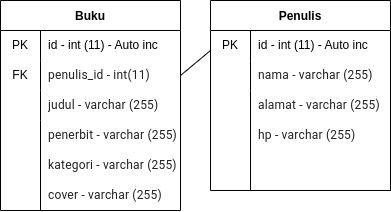
Above: scheme.drawio.png in pahrulirfan/web-dasar-rpl-23 (draw.io), before the change. Source tidied: cells renumbered, new cells last; positions are measured from the earlier drawing's top-left corner, leaving out a move shared by most shapes.
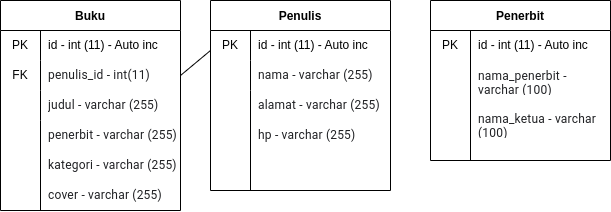
The same diagram one commit later.

What changed in the source:
```diff
@@ -103,5 +103,53 @@
         <mxPoint x="210" y="50" as="targetPoint" />
       </mxGeometry>
     </mxCell>
+    <mxCell id="33" value="Penerbit" style="shape=table;startSize=30;rowLines=0;fontStyle=1;" parent="1" vertex="1">
+      <mxGeometry x="430" width="180" height="160" as="geometry" />
+    </mxCell>
+    <mxCell id="34" style="shape=tableRow;horizontal=0;startSize=0;swimlaneHead=0;swimlaneBody=0;top=0;left=0;bottom=0;right=0;fillColor=none;" parent="33" vertex="1">
+      <mxGeometry y="30" width="180" height="30" as="geometry" />
+    </mxCell>
+    <mxCell id="35" style="shape=partialRectangle;html=1;whiteSpace=wrap;fillColor=none;top=0;left=0;bottom=0;right=0;overflow=hidden;" parent="34" vertex="1">
+      <mxGeometry width="40" height="30" as="geometry" />
+    </mxCell>
+    <mxCell id="36" style="shape=partialRectangle;html=1;whiteSpace=wrap;fillColor=none;top=0;left=0;bottom=0;right=0;align=left;spacingLeft=6;overflow=hidden;" parent="34" vertex="1">
+      <mxGeometry x="40" width="140" height="30" as="geometry" />
+    </mxCell>
+    <mxCell id="37" style="shape=tableRow;horizontal=0;startSize=0;swimlaneHead=0;swimlaneBody=0;top=0;left=0;bottom=0;right=0;fillColor=none;" parent="33" vertex="1">
+      <mxGeometry y="60" width="180" height="30" as="geometry" />
+    </mxCell>
+    <mxCell id="38" style="shape=partialRectangle;html=1;whiteSpace=wrap;fillColor=none;top=0;left=0;bottom=0;right=0;overflow=hidden;" parent="37" vertex="1">
+      <mxGeometry width="40" height="30" as="geometry" />
+    </mxCell>
+    <mxCell id="39" style="shape=partialRectangle;html=1;whiteSpace=wrap;fillColor=none;top=0;left=0;bottom=0;right=0;align=left;spacingLeft=6;overflow=hidden;" parent="37" vertex="1">
+      <mxGeometry x="40" width="140" height="30" as="geometry" />
+    </mxCell>
+    <mxCell id="40" style="shape=tableRow;horizontal=0;startSize=0;swimlaneHead=0;swimlaneBody=0;top=0;left=0;bottom=0;right=0;fillColor=none;" parent="33" vertex="1">
+      <mxGeometry y="90" width="180" height="70" as="geometry" />
+    </mxCell>
+    <mxCell id="41" style="shape=partialRectangle;html=1;whiteSpace=wrap;fillColor=none;top=0;left=0;bottom=0;right=0;overflow=hidden;" parent="40" vertex="1">
+      <mxGeometry width="40" height="70" as="geometry" />
+    </mxCell>
+    <mxCell id="42" style="shape=partialRectangle;html=1;whiteSpace=wrap;fillColor=none;top=0;left=0;bottom=0;right=0;align=left;spacingLeft=6;overflow=hidden;" parent="40" vertex="1">
+      <mxGeometry x="40" width="140" height="70" as="geometry" />
+    </mxCell>
+    <mxCell id="43" value="id - int (11) - Auto inc" style="shape=partialRectangle;html=1;whiteSpace=wrap;fillColor=none;top=0;left=0;bottom=0;right=0;align=left;spacingLeft=6;overflow=hidden;" parent="1" vertex="1">
+      <mxGeometry x="470" y="30" width="140" height="30" as="geometry" />
+    </mxCell>
+    <mxCell id="44" value="&lt;span style=&quot;color: rgb(32, 33, 36); font-family: Roboto, Arial, sans-serif; font-variant-ligatures: none; letter-spacing: 0.2px; background-color: rgb(255, 255, 255);&quot;&gt;&lt;font style=&quot;font-size: 12px;&quot;&gt;nama_penerbit - varchar (100)&lt;/font&gt;&lt;/span&gt;" style="shape=partialRectangle;html=1;whiteSpace=wrap;fillColor=none;top=0;left=0;bottom=0;right=0;align=left;spacingLeft=6;overflow=hidden;" parent="1" vertex="1">
+      <mxGeometry x="470" y="66" width="140" height="30" as="geometry" />
+    </mxCell>
+    <mxCell id="45" value="&lt;font style=&quot;font-size: 12px;&quot;&gt;&lt;span style=&quot;color: rgb(32, 33, 36); font-family: Roboto, Arial, sans-serif; font-variant-ligatures: none; letter-spacing: 0.2px; background-color: rgb(255, 255, 255);&quot;&gt;nama_ketua - varchar (100)&lt;/span&gt;&lt;/font&gt;" style="shape=partialRectangle;html=1;whiteSpace=wrap;fillColor=none;top=0;left=0;bottom=0;right=0;align=left;spacingLeft=6;overflow=hidden;" parent="1" vertex="1">
+      <mxGeometry x="470" y="109" width="140" height="30" as="geometry" />
+    </mxCell>
+    <mxCell id="46" value="PK" style="shape=partialRectangle;html=1;whiteSpace=wrap;fillColor=none;top=0;left=0;bottom=0;right=0;overflow=hidden;" parent="1" vertex="1">
+      <mxGeometry x="430" y="30" width="40" height="30" as="geometry" />
+    </mxCell>
+    <mxCell id="47" style="endArrow=none;html=1;fontSize=12;" parent="1" edge="1">
+      <mxGeometry relative="1" as="geometry">
+        <mxPoint x="470" y="140" as="sourcePoint" />
+        <mxPoint x="470" y="50" as="targetPoint" />
+      </mxGeometry>
+    </mxCell>
   </root>
 </mxGraphModel>
```
